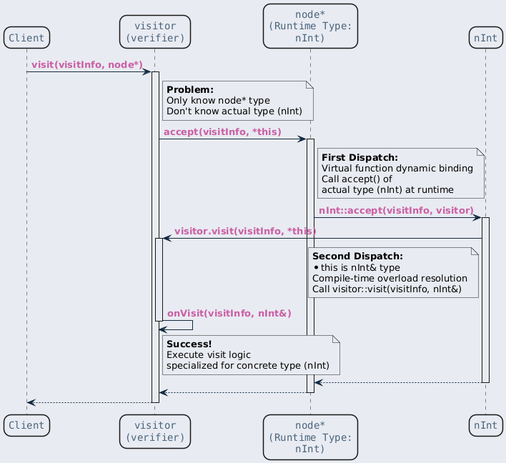
The PlantUML diagram ref/generated/ko/inline_umlgraph_33.png in byeolang/website, before a commit.
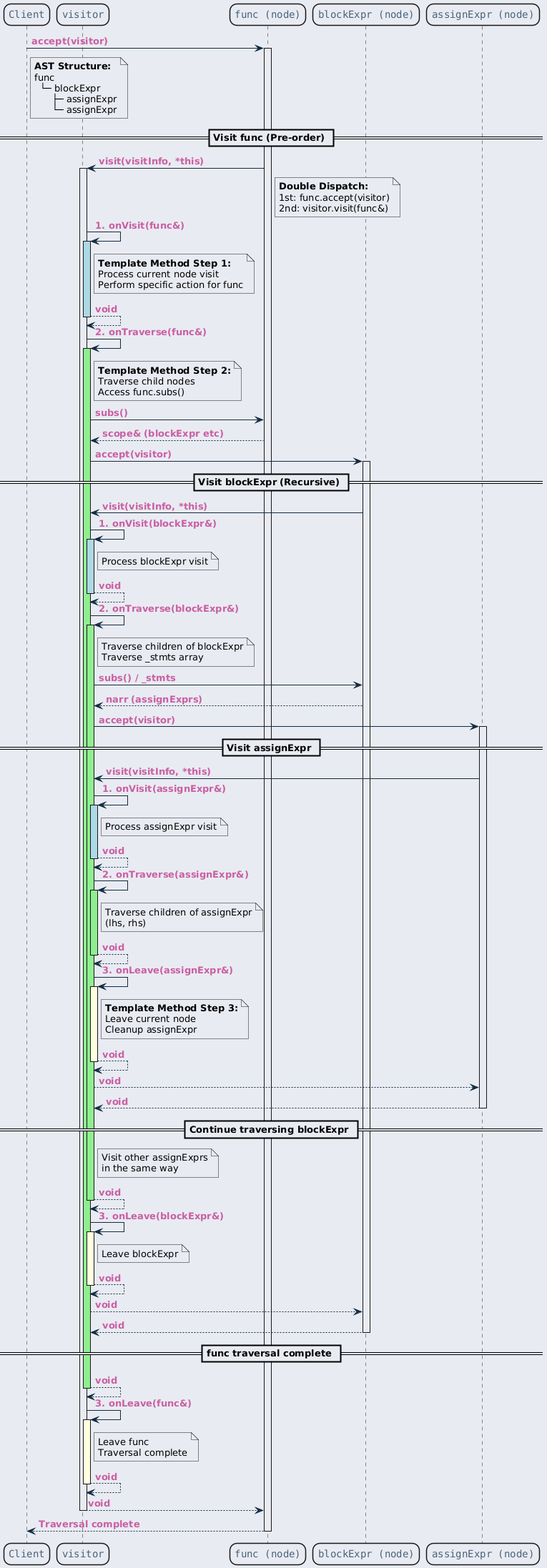
The same diagram one commit later.

Diff of the diagram source:
```diff
@@ -24,57 +24,172 @@
 }
 </style>
 participant "Client" as client
-participant "visitor\n(verifier)" as visitor
-participant "node*\n(Runtime Type:\nnInt)" as node
-participant "nInt" as nInt
+participant "visitor" as visitor
+participant "func (node)" as func
+participant "blockExpr (node)" as block
+participant "assignExpr (node)" as assign
 
-client -> visitor : visit(visitInfo, node*)
+client -> func : accept(visitor)
+activate func
+
+note right of client
+  <b>AST Structure:</b>
+  func
+    └─ blockExpr
+        ├─ assignExpr
+        └─ assignExpr
+end note
+
+== Visit func (Pre-order) ==
+
+func -> visitor : visit(visitInfo, *this)
 activate visitor
 
-note right of visitor
-  <b>Problem:</b>
-  Only know node* type
-  Don't know actual type (nInt)
+note right of func
+  <b>Double Dispatch:</b>
+  1st: func.accept(visitor)
+  2nd: visitor.visit(func&)
 end note
 
-visitor -> node : accept(visitInfo, *this)
-activate node
+visitor -> visitor : 1. onVisit(func&)
+activate visitor #lightblue
 
-note right of node
-  <b>First Dispatch:</b>
-  Virtual function dynamic binding
-  Call accept() of
-  actual type (nInt) at runtime
+note right of visitor
+  <b>Template Method Step 1:</b>
+  Process current node visit
+  Perform specific action for func
 end note
 
-node -> nInt : nInt::accept(visitInfo, visitor)
-activate nInt
+visitor --> visitor : void
+deactivate visitor
 
-nInt -> visitor : visitor.visit(visitInfo, *this)
+visitor -> visitor : 2. onTraverse(func&)
+activate visitor #lightgreen
 
-note left of nInt
-  <b>Second Dispatch:</b>
-  *this is nInt& type
-  Compile-time overload resolution
-  Call visitor::visit(visitInfo, nInt&)
+note right of visitor
+  <b>Template Method Step 2:</b>
+  Traverse child nodes
+  Access func.subs()
 end note
 
-activate visitor
+visitor -> func : subs()
+func --> visitor : scope& (blockExpr etc)
 
-visitor -> visitor : onVisit(visitInfo, nInt&)
+visitor -> block : accept(visitor)
+activate block
+
+== Visit blockExpr (Recursive) ==
+
+block -> visitor : visit(visitInfo, *this)
+
+visitor -> visitor : 1. onVisit(blockExpr&)
+activate visitor #lightblue
 
 note right of visitor
-  <b>Success!</b>
-  Execute visit logic
-  specialized for concrete type (nInt)
+  Process blockExpr visit
 end note
 
+visitor --> visitor : void
 deactivate visitor
 
-nInt --> node
-deactivate nInt
-node --> visitor
-deactivate node
-visitor --> client
+visitor -> visitor : 2. onTraverse(blockExpr&)
+activate visitor #lightgreen
+
+note right of visitor
+  Traverse children of blockExpr
+  Traverse _stmts array
+end note
+
+visitor -> block : subs() / _stmts
+block --> visitor : narr (assignExprs)
+
+visitor -> assign : accept(visitor)
+activate assign
+
+== Visit assignExpr ==
+
+assign -> visitor : visit(visitInfo, *this)
+
+visitor -> visitor : 1. onVisit(assignExpr&)
+activate visitor #lightblue
+
+note right of visitor
+  Process assignExpr visit
+end note
+
+visitor --> visitor : void
 deactivate visitor
+
+visitor -> visitor : 2. onTraverse(assignExpr&)
+activate visitor #lightgreen
+
+note right of visitor
+  Traverse children of assignExpr
+  (lhs, rhs)
+end note
+
+visitor --> visitor : void
+deactivate visitor
+
+visitor -> visitor : 3. onLeave(assignExpr&)
+activate visitor #lightyellow
+
+note right of visitor
+  <b>Template Method Step 3:</b>
+  Leave current node
+  Cleanup assignExpr
+end note
+
+visitor --> visitor : void
+deactivate visitor
+
+visitor --> assign : void
+assign --> visitor : void
+deactivate assign
+
+== Continue traversing blockExpr ==
+
+note right of visitor
+  Visit other assignExprs
+  in the same way
+end note
+
+visitor --> visitor : void
+deactivate visitor
+
+visitor -> visitor : 3. onLeave(blockExpr&)
+activate visitor #lightyellow
+
+note right of visitor
+  Leave blockExpr
+end note
+
+visitor --> visitor : void
+deactivate visitor
+
+visitor --> block : void
+block --> visitor : void
+deactivate block
+
+== func traversal complete ==
+
+visitor --> visitor : void
+deactivate visitor
+
+visitor -> visitor : 3. onLeave(func&)
+activate visitor #lightyellow
+
+note right of visitor
+  Leave func
+  Traversal complete
+end note
+
+visitor --> visitor : void
+deactivate visitor
+
+visitor --> func : void
+deactivate visitor
+
+func --> client : Traversal complete
+deactivate func
 @enduml
```
